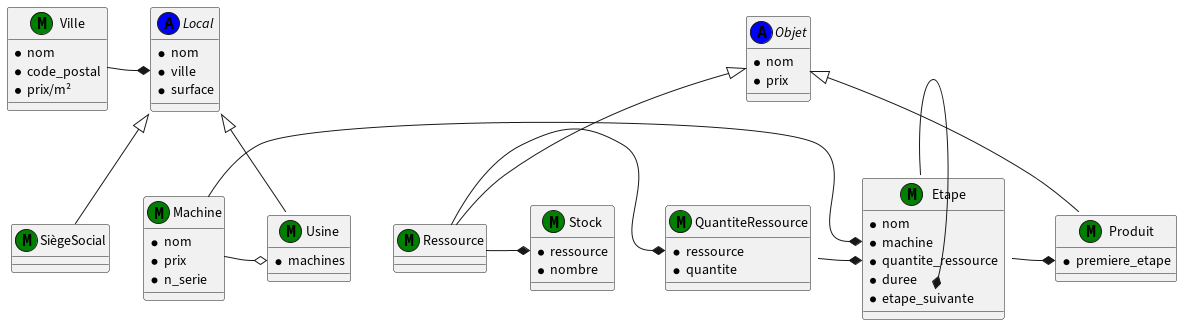
nim65s/teach-legacy keeps this PlantUML diagram as media/crayon.png. Above is the earlier version.
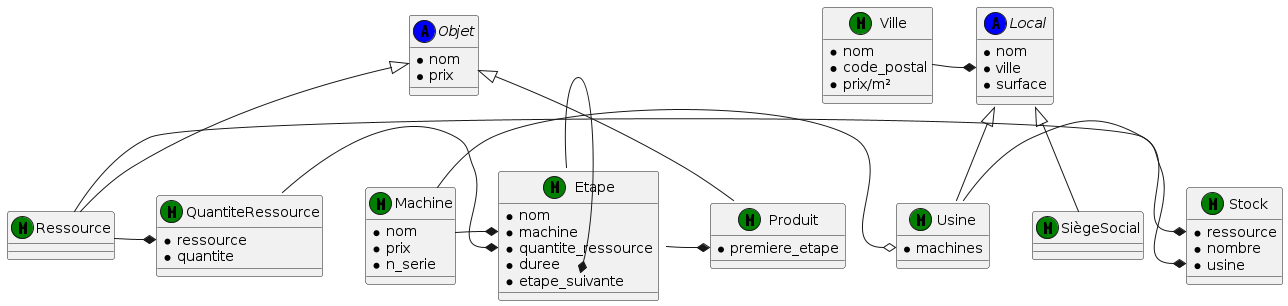
The same file after the commit.

What changed in the source:
```diff
@@ -45,6 +45,7 @@
 class Stock << (M,green) >> {
     *ressource
     *nombre
+    *usine
 }
 
 class Etape << (M,green) >> {
@@ -68,5 +69,6 @@
 Ressource -* QuantiteRessource::ressource
 QuantiteRessource -* Etape::quantite_ressource
 Ressource -* Stock::ressource
+Usine -* Stock::usine
 
 @enduml
```
